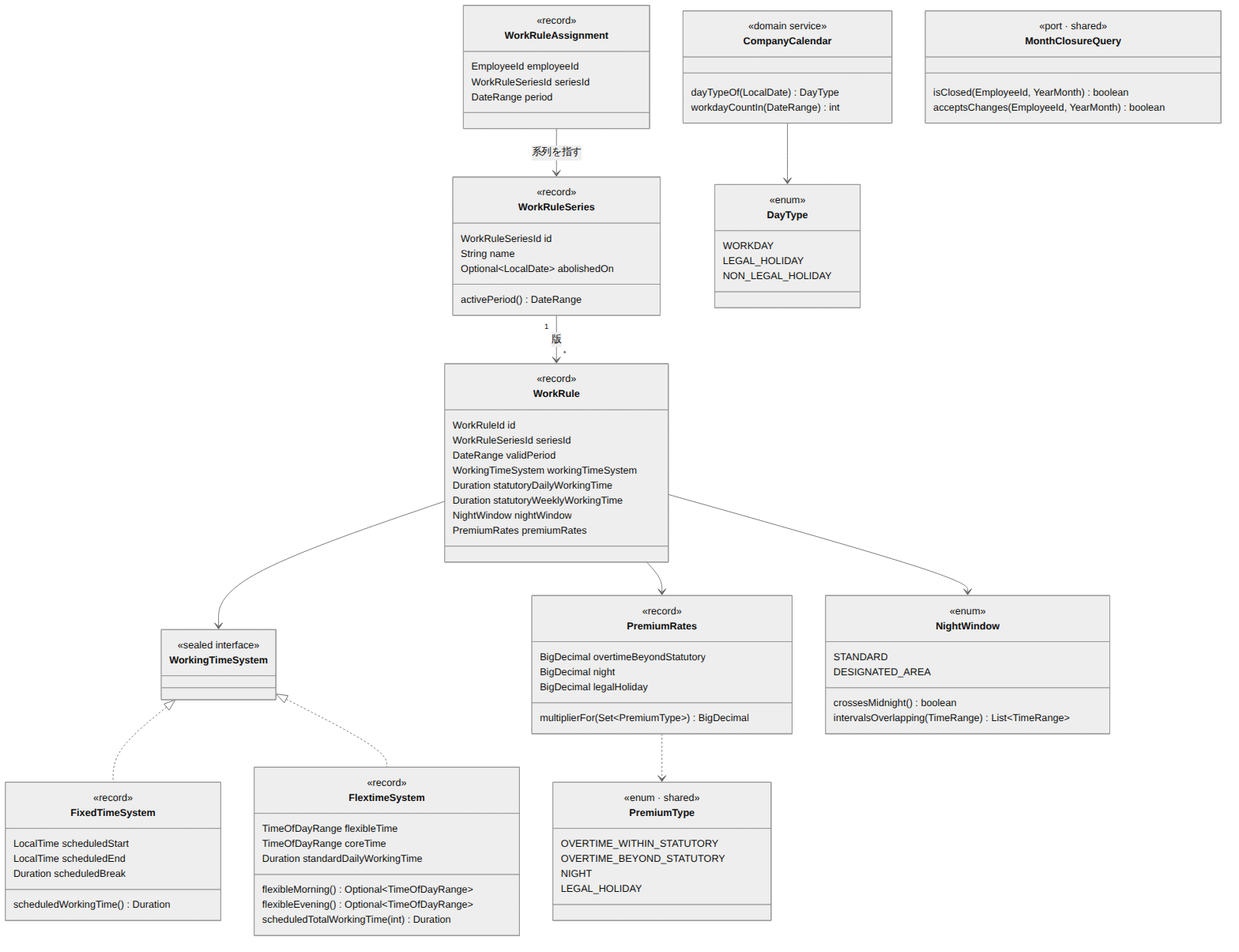
Above: doc/02_詳細設計/02_就業規則・カレンダー/images/ドメインモデル.png in masaki-i02/newJavaProject (Mermaid), before the change. Its source is kept beside it as doc/02_詳細設計/02_就業規則・カレンダー/diagrams/ドメインモデル.mmd. The source it was exported from:
```mermaid
classDiagram
    direction TB

    class WorkRuleSeries {
        <<record>>
        WorkRuleSeriesId id
        String name
        Optional~LocalDate~ abolishedOn
        activePeriod() DateRange
    }

    class WorkRule {
        <<record>>
        WorkRuleId id
        WorkRuleSeriesId seriesId
        DateRange validPeriod
        WorkingTimeSystem workingTimeSystem
        Duration statutoryDailyWorkingTime
        Duration statutoryWeeklyWorkingTime
        NightWindow nightWindow
        PremiumRates premiumRates
    }

    class WorkingTimeSystem {
        <<sealed interface>>
    }
    class FixedTimeSystem {
        <<record>>
        LocalTime scheduledStart
        LocalTime scheduledEnd
        Duration scheduledBreak
        scheduledWorkingTime() Duration
    }
    class FlextimeSystem {
        <<record>>
        TimeOfDayRange flexibleTime
        TimeOfDayRange coreTime
        Duration standardDailyWorkingTime
        flexibleMorning() Optional~TimeOfDayRange~
        flexibleEvening() Optional~TimeOfDayRange~
        scheduledTotalWorkingTime(int) Duration
    }

    class PremiumRates {
        <<record>>
        BigDecimal overtimeBeyondStatutory
        BigDecimal night
        BigDecimal legalHoliday
        multiplierFor(Set~PremiumType~) BigDecimal
    }
    class NightWindow {
        <<enum>>
        STANDARD
        DESIGNATED_AREA
        crossesMidnight() boolean
        intervalsOverlapping(TimeRange) List~TimeRange~
    }
    class DayType {
        <<enum>>
        WORKDAY
        LEGAL_HOLIDAY
        NON_LEGAL_HOLIDAY
    }
    class CompanyCalendar {
        <<domain service>>
        dayTypeOf(LocalDate) DayType
        workdayCountIn(DateRange) int
    }
    class WorkRuleAssignment {
        <<record>>
        EmployeeId employeeId
        WorkRuleSeriesId seriesId
        DateRange period
    }
    class PremiumType {
        <<enum · shared>>
        OVERTIME_WITHIN_STATUTORY
        OVERTIME_BEYOND_STATUTORY
        NIGHT
        LEGAL_HOLIDAY
    }
    class MonthClosureQuery {
        <<port · shared>>
        isClosed(EmployeeId, YearMonth) boolean
        acceptsChanges(EmployeeId, YearMonth) boolean
    }

    WorkingTimeSystem <|.. FixedTimeSystem
    WorkingTimeSystem <|.. FlextimeSystem
    WorkRuleSeries "1" --> "*" WorkRule : 版
    WorkRule --> WorkingTimeSystem
    WorkRule --> PremiumRates
    WorkRule --> NightWindow
    PremiumRates ..> PremiumType
    CompanyCalendar --> DayType
    WorkRuleAssignment --> WorkRuleSeries : 系列を指す
```
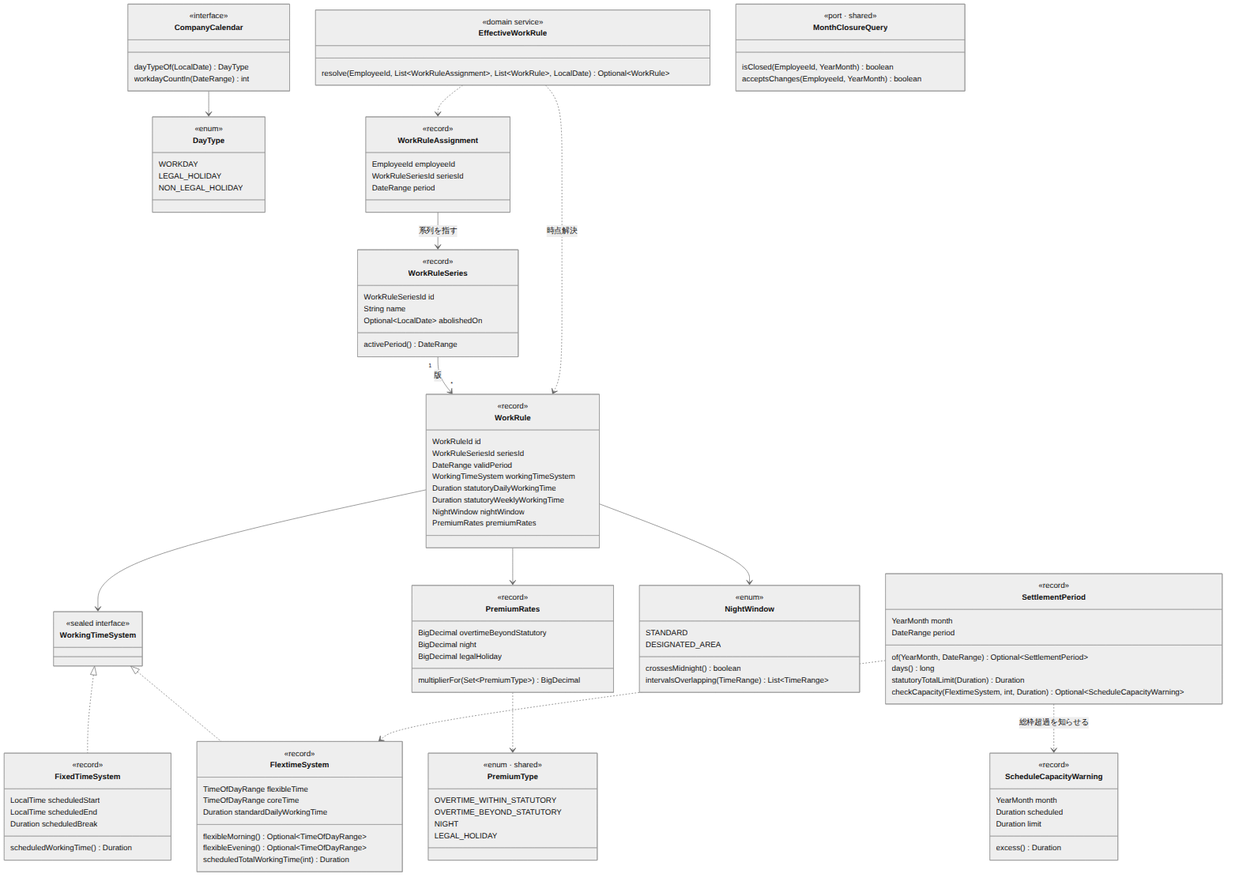
The same diagram one commit later.

The edit, as a diff of the source:
```diff
@@ -62,9 +62,29 @@
         NON_LEGAL_HOLIDAY
     }
     class CompanyCalendar {
-        <<domain service>>
+        <<interface>>
         dayTypeOf(LocalDate) DayType
         workdayCountIn(DateRange) int
+    }
+    class SettlementPeriod {
+        <<record>>
+        YearMonth month
+        DateRange period
+        of(YearMonth, DateRange) Optional~SettlementPeriod~
+        days() long
+        statutoryTotalLimit(Duration) Duration
+        checkCapacity(FlextimeSystem, int, Duration) Optional~ScheduleCapacityWarning~
+    }
+    class ScheduleCapacityWarning {
+        <<record>>
+        YearMonth month
+        Duration scheduled
+        Duration limit
+        excess() Duration
+    }
+    class EffectiveWorkRule {
+        <<domain service>>
+        resolve(EmployeeId, List~WorkRuleAssignment~, List~WorkRule~, LocalDate) Optional~WorkRule~
     }
     class WorkRuleAssignment {
         <<record>>
@@ -94,3 +114,7 @@
     PremiumRates ..> PremiumType
     CompanyCalendar --> DayType
     WorkRuleAssignment --> WorkRuleSeries : 系列を指す
+    SettlementPeriod ..> ScheduleCapacityWarning : 総枠超過を知らせる
+    SettlementPeriod ..> FlextimeSystem
+    EffectiveWorkRule ..> WorkRuleAssignment
+    EffectiveWorkRule ..> WorkRule : 時点解決
```
